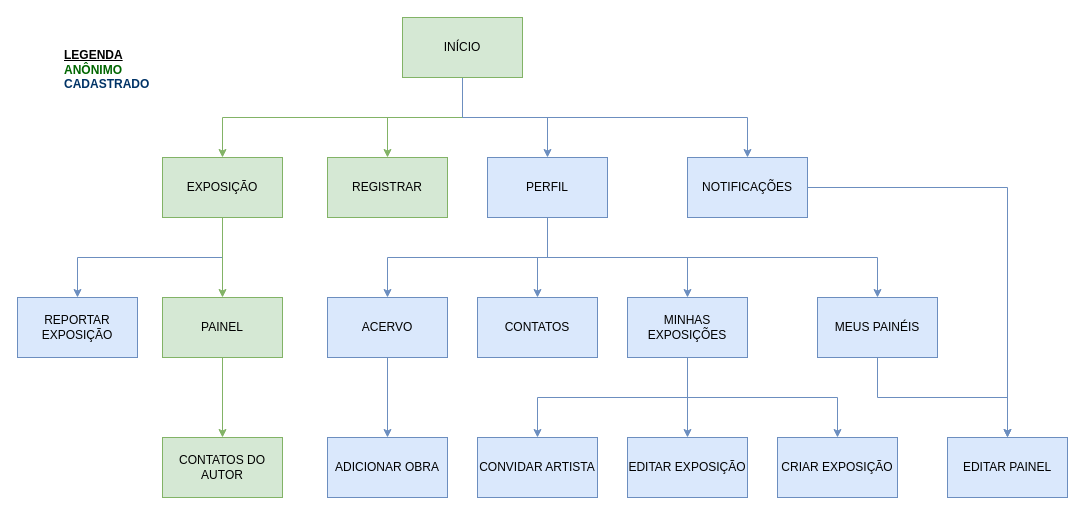
The draw.io diagram page "Mapa do Site" (2 of 7) of UnderExpo.drawio in GustavoDeOliveira/underexpo, before the edit. Source tidied: cells renumbered, new cells numbered last; positions are measured from the earlier drawing's top-left corner, leaving out a move shared by most shapes. Both pictures are drawn from the tidied source at 100%, with x=0, y=0 at pixel (17, 17).
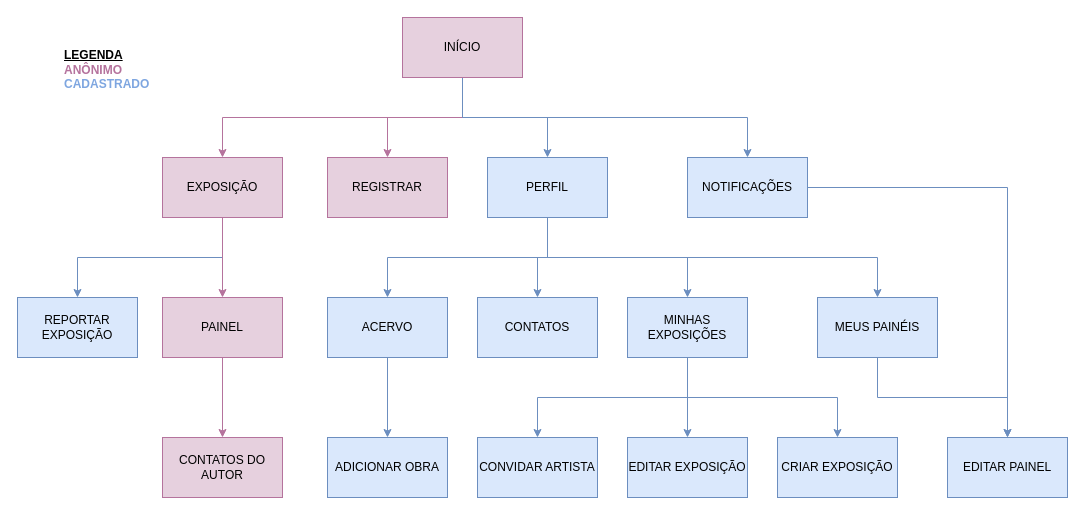
The same page after the edit.

Commit message:
Ajuste mapa do site UnderExpo.drawio

Diff of the diagram source:
```diff
@@
-    <mxCell id="3" style="edgeStyle=orthogonalEdgeStyle;rounded=0;jettySize=auto;html=1;exitX=0.5;exitY=1;exitDx=0;exitDy=0;fillColor=#d5e8d4;strokeColor=#82b366;" parent="1" edge="1" source="7" target="11">
+    <mxCell id="3" style="edgeStyle=orthogonalEdgeStyle;rounded=0;jettySize=auto;html=1;exitX=0.5;exitY=1;exitDx=0;exitDy=0;fillColor=#E6D0DE;strokeColor=#B5739D;" parent="1" edge="1" source="7" target="11">
       <mxGeometry relative="1" as="geometry" />
     </mxCell>
@@
-    <mxCell id="5" style="edgeStyle=orthogonalEdgeStyle;rounded=0;jettySize=auto;html=1;fillColor=#d5e8d4;strokeColor=#82b366;" parent="1" edge="1" source="7" target="23">
+    <mxCell id="5" style="edgeStyle=orthogonalEdgeStyle;rounded=0;jettySize=auto;html=1;fillColor=#E6D0DE;strokeColor=#B5739D;" parent="1" edge="1" source="7" target="23">
       <mxGeometry relative="1" as="geometry" />
     </mxCell>
@@
-    <mxCell id="7" value="INÍCIO" style="rounded=0;whiteSpace=wrap;html=1;fillColor=#d5e8d4;strokeColor=#82b366;" parent="1" vertex="1">
+    <mxCell id="7" value="INÍCIO" style="rounded=0;whiteSpace=wrap;html=1;fillColor=#E6D0DE;strokeColor=#B5739D;" parent="1" vertex="1">
       <mxGeometry x="385" width="120" height="60" as="geometry" />
     </mxCell>
-    <mxCell id="8" style="edgeStyle=orthogonalEdgeStyle;rounded=0;jettySize=auto;html=1;fillColor=#d5e8d4;strokeColor=#82b366;exitX=0.5;exitY=1;exitDx=0;exitDy=0;" parent="1" edge="1" source="11" target="14">
+    <mxCell id="8" style="edgeStyle=orthogonalEdgeStyle;rounded=0;jettySize=auto;html=1;fillColor=#E6D0DE;strokeColor=#B5739D;exitX=0.5;exitY=1;exitDx=0;exitDy=0;" parent="1" edge="1" source="11" target="14">
       <mxGeometry relative="1" as="geometry" />
     </mxCell>
@@
-    <mxCell id="11" value="EXPOSIÇÃO" style="rounded=0;whiteSpace=wrap;html=1;fillColor=#d5e8d4;strokeColor=#82b366;" parent="1" vertex="1">
+    <mxCell id="11" value="EXPOSIÇÃO" style="rounded=0;whiteSpace=wrap;html=1;fillColor=#E6D0DE;strokeColor=#B5739D;" parent="1" vertex="1">
       <mxGeometry x="145" y="140" width="120" height="60" as="geometry" />
     </mxCell>
@@
-    <mxCell id="13" style="edgeStyle=orthogonalEdgeStyle;rounded=0;jettySize=auto;html=1;fillColor=#d5e8d4;strokeColor=#82b366;" parent="1" edge="1" source="14" target="29">
+    <mxCell id="13" style="edgeStyle=orthogonalEdgeStyle;rounded=0;jettySize=auto;html=1;fillColor=#E6D0DE;strokeColor=#B5739D;" parent="1" edge="1" source="14" target="29">
       <mxGeometry relative="1" as="geometry" />
     </mxCell>
-    <mxCell id="14" value="PAINEL" style="rounded=0;whiteSpace=wrap;html=1;fillColor=#d5e8d4;strokeColor=#82b366;" parent="1" vertex="1">
+    <mxCell id="14" value="PAINEL" style="rounded=0;whiteSpace=wrap;html=1;fillColor=#E6D0DE;strokeColor=#B5739D;" parent="1" vertex="1">
       <mxGeometry x="145" y="280" width="120" height="60" as="geometry" />
     </mxCell>
@@
-    <mxCell id="20" value="&lt;b&gt;&lt;br&gt;&lt;u&gt;LEGENDA&lt;/u&gt;&lt;br&gt;&lt;font color=&quot;#006600&quot;&gt;ANÔNIMO&lt;/font&gt;&lt;br&gt;&lt;font color=&quot;#003366&quot;&gt;CADASTRADO&lt;/font&gt;&lt;/b&gt;&lt;font color=&quot;#190033&quot;&gt;&lt;br&gt;&lt;/font&gt;" style="text;html=1;strokeColor=none;fillColor=none;align=left;verticalAlign=middle;whiteSpace=wrap;rounded=0;" parent="1" vertex="1">
+    <mxCell id="20" value="&lt;b&gt;&lt;br&gt;&lt;u&gt;LEGENDA&lt;/u&gt;&lt;br&gt;&lt;font style=&quot;color: rgb(181, 115, 157);&quot;&gt;&lt;font&gt;ANÔNIMO&lt;/font&gt;&lt;br&gt;&lt;/font&gt;&lt;font style=&quot;color: rgb(126, 166, 224);&quot;&gt;CADASTRADO&lt;/font&gt;&lt;/b&gt;&lt;font color=&quot;#190033&quot;&gt;&lt;br&gt;&lt;/font&gt;" style="text;html=1;strokeColor=none;fillColor=none;align=left;verticalAlign=middle;whiteSpace=wrap;rounded=0;" parent="1" vertex="1">
       <mxGeometry x="45" width="100" height="90" as="geometry" />
     </mxCell>
@@
-    <mxCell id="23" value="REGISTRAR" style="rounded=0;whiteSpace=wrap;html=1;fillColor=#d5e8d4;strokeColor=#82b366;" parent="1" vertex="1">
+    <mxCell id="23" value="REGISTRAR" style="rounded=0;whiteSpace=wrap;html=1;fillColor=#E6D0DE;strokeColor=#B5739D;" parent="1" vertex="1">
       <mxGeometry x="310" y="140" width="120" height="60" as="geometry" />
     </mxCell>
@@
-    <mxCell id="29" value="CONTATOS DO AUTOR" style="rounded=0;whiteSpace=wrap;html=1;fillColor=#d5e8d4;strokeColor=#82b366;" parent="1" vertex="1">
+    <mxCell id="29" value="CONTATOS DO AUTOR" style="rounded=0;whiteSpace=wrap;html=1;fillColor=#E6D0DE;strokeColor=#B5739D;" parent="1" vertex="1">
       <mxGeometry x="145" y="420" width="120" height="60" as="geometry" />
     </mxCell>
```
